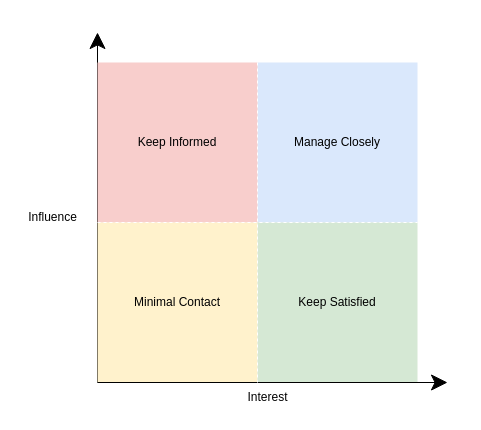
This is StakeholderMap.drawio from Sky-monster/Diagrams, a draw.io file, before an edit. Source tidied: cells renumbered, new cells numbered last; positions are measured from the earlier drawing's top-left corner, leaving out a move shared by most shapes. Both pictures are drawn from the tidied source at 100%, with x=0, y=0 at pixel (17, 32).
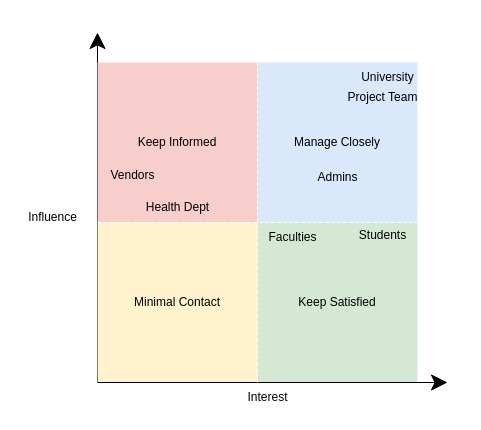
Above is the later version.

Diff of the diagram source:
```diff
@@
+    <mxCell id="12" value="Students" style="text;html=1;align=center;verticalAlign=middle;strokeColor=none;fillColor=none;" parent="1" vertex="1">
+      <mxGeometry x="330" y="188" width="70" height="30" as="geometry" />
+    </mxCell>
+    <mxCell id="13" value="University" style="text;html=1;align=center;verticalAlign=middle;strokeColor=none;fillColor=none;" parent="1" vertex="1">
+      <mxGeometry x="330" y="30" width="80" height="30" as="geometry" />
+    </mxCell>
+    <mxCell id="14" value="Health Dept" style="text;html=1;align=center;verticalAlign=middle;strokeColor=none;fillColor=none;" parent="1" vertex="1">
+      <mxGeometry x="115" y="160" width="90" height="30" as="geometry" />
+    </mxCell>
+    <mxCell id="15" value="Vendors&lt;div&gt;&lt;br&gt;&lt;/div&gt;" style="text;html=1;align=center;verticalAlign=middle;strokeColor=none;fillColor=none;" parent="1" vertex="1">
+      <mxGeometry x="80" y="130" width="70" height="40" as="geometry" />
+    </mxCell>
+    <mxCell id="16" value="Admins" style="text;html=1;align=center;verticalAlign=middle;strokeColor=none;fillColor=none;" parent="1" vertex="1">
+      <mxGeometry x="290" y="130" width="60" height="30" as="geometry" />
+    </mxCell>
+    <mxCell id="17" value="Project Team" style="text;html=1;align=center;verticalAlign=middle;strokeColor=none;fillColor=none;" parent="1" vertex="1">
+      <mxGeometry x="320" y="50" width="90" height="30" as="geometry" />
+    </mxCell>
+    <mxCell id="18" value="Faculties" style="text;html=1;align=center;verticalAlign=middle;strokeColor=none;fillColor=none;" parent="1" vertex="1">
+      <mxGeometry x="240" y="190" width="70" height="30" as="geometry" />
+    </mxCell>
```
